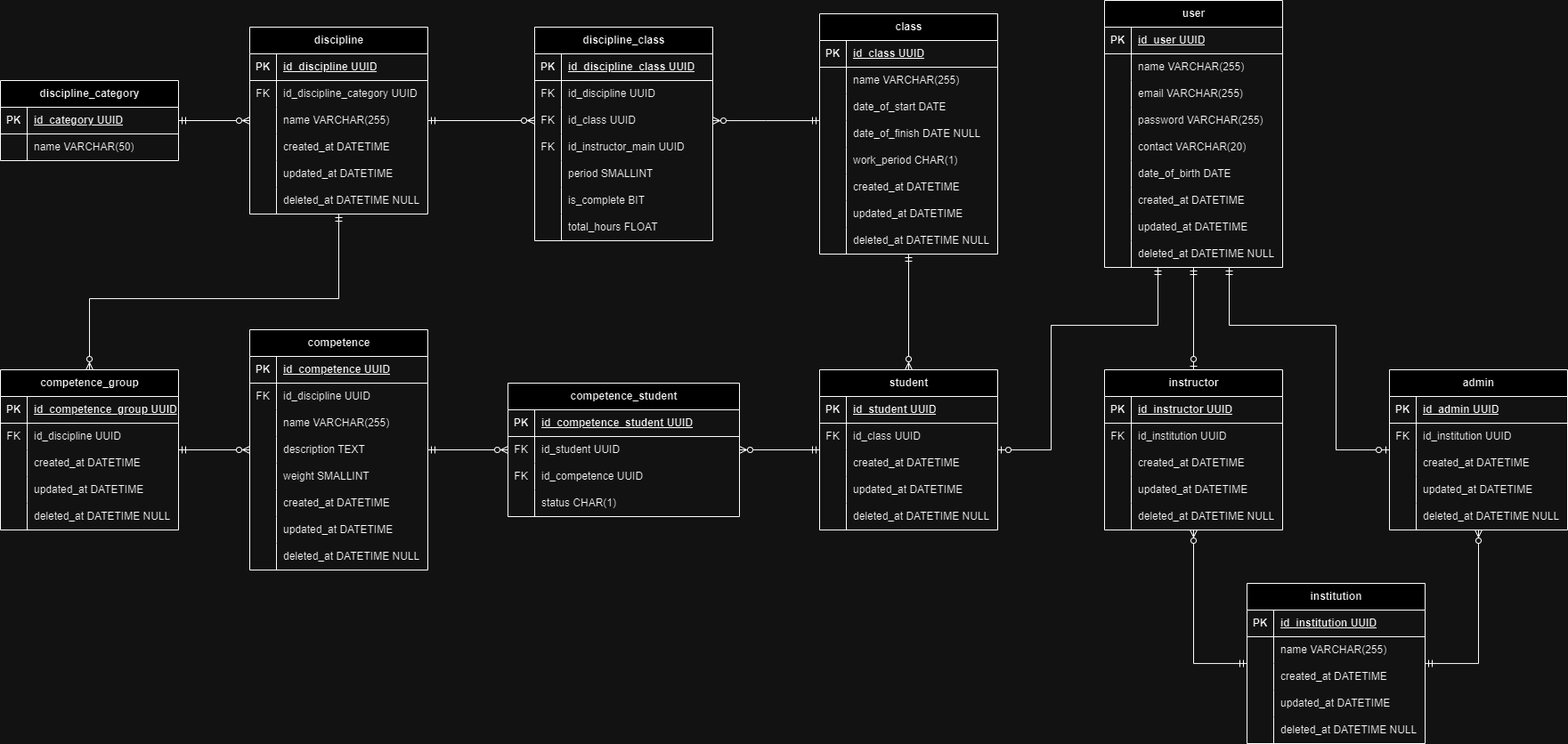
Above: docs/Databse/ETSystemDB.drawio.png in AndreLuisPLuz/ETSystemBack (draw.io), before the change. Source tidied: cells renumbered, new cells last; positions are measured from the earlier drawing's top-left corner, leaving out a move shared by most shapes.
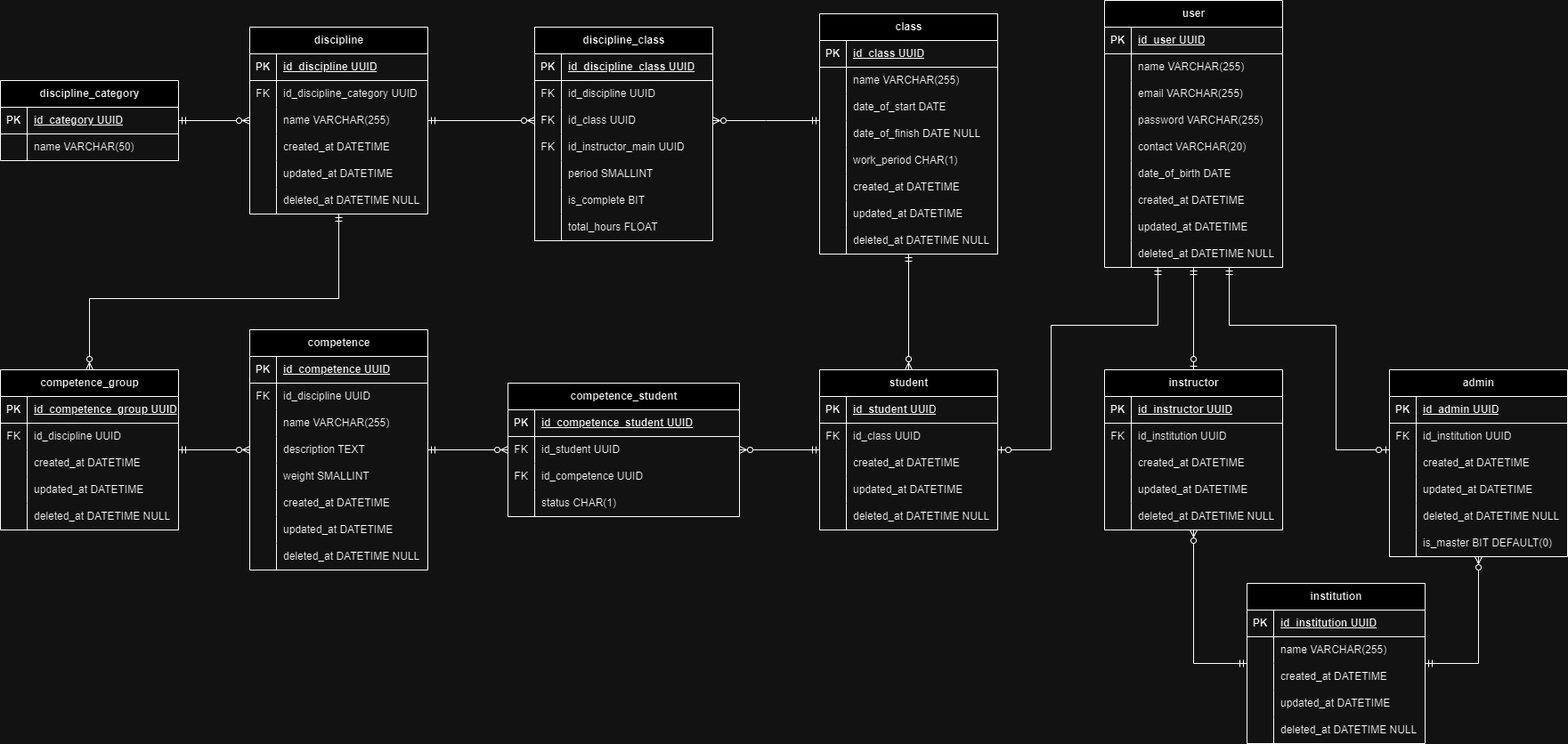
Above is the later version.

Commit message:
fix: access type

Diff of the diagram source:
```diff
@@ -163,7 +163,7 @@
       </mxGeometry>
     </mxCell>
     <mxCell id="50" value="admin" style="shape=table;startSize=30;rowLines=0;fontStyle=1;align=center;html=1;" parent="1" vertex="1">
-      <mxGeometry x="1560" y="415" width="200" height="180" as="geometry" />
+      <mxGeometry x="1560" y="415" width="200" height="210" as="geometry" />
     </mxCell>
     <mxCell id="51" style="shape=tableRow;horizontal=0;startSize=0;swimlaneHead=0;swimlaneBody=0;fillColor=none;top=0;left=0;right=0;bottom=1;" parent="50" vertex="1">
       <mxGeometry y="30" width="200" height="30" as="geometry" />
@@ -210,6 +210,15 @@
     <mxCell id="65" value="deleted_at DATETIME NULL" style="shape=partialRectangle;fillColor=none;top=0;left=0;bottom=0;right=0;align=left;spacingLeft=6;overflow=hidden;whiteSpace=wrap;html=1;" parent="63" vertex="1">
       <mxGeometry x="30" width="170" height="30" as="geometry" />
     </mxCell>
+    <mxCell id="234" style="shape=tableRow;horizontal=0;startSize=0;swimlaneHead=0;swimlaneBody=0;fillColor=none;top=0;left=0;right=0;bottom=0;" parent="50" vertex="1">
+      <mxGeometry y="180" width="200" height="30" as="geometry" />
+    </mxCell>
+    <mxCell id="235" style="shape=partialRectangle;fillColor=none;top=0;left=0;bottom=0;right=0;overflow=hidden;whiteSpace=wrap;html=1;" parent="234" vertex="1">
+      <mxGeometry width="30" height="30" as="geometry" />
+    </mxCell>
+    <mxCell id="236" value="is_master BIT DEFAULT(0)" style="shape=partialRectangle;fillColor=none;top=0;left=0;bottom=0;right=0;align=left;spacingLeft=6;overflow=hidden;whiteSpace=wrap;html=1;" parent="234" vertex="1">
+      <mxGeometry x="30" width="170" height="30" as="geometry" />
+    </mxCell>
     <mxCell id="66" style="edgeStyle=orthogonalEdgeStyle;rounded=0;jettySize=auto;html=1;endArrow=ERmandOne;endFill=0;startArrow=ERzeroToMany;startFill=0;" parent="1" edge="1" source="67" target="2">
       <mxGeometry relative="1" as="geometry">
         <Array as="points">
```
